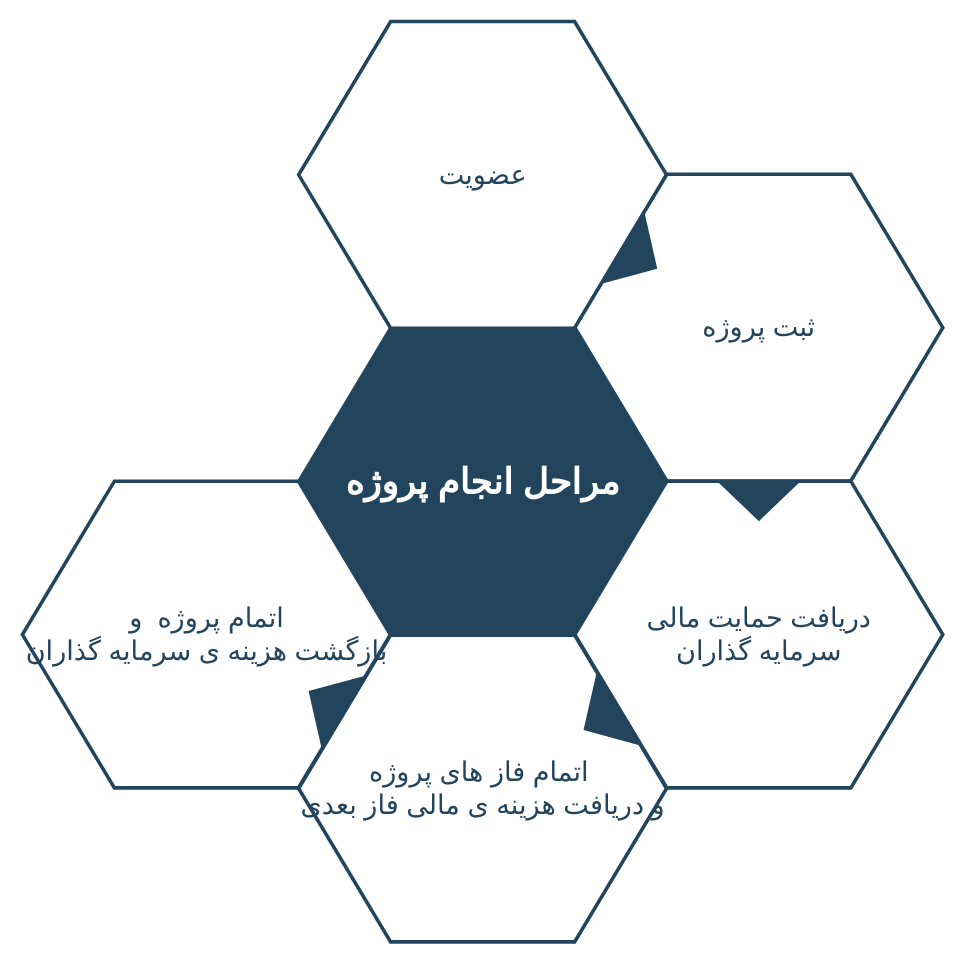
Above: Untitled Diagram.drawio in ehsan1222/hamyiar (draw.io), before the change. Source tidied: cells renumbered, new cells numbered last; positions are measured from the earlier drawing's top-left corner, leaving out a move shared by most shapes. Both pictures are drawn from the tidied source at 118%, with x=0, y=0 at pixel (21, 21).
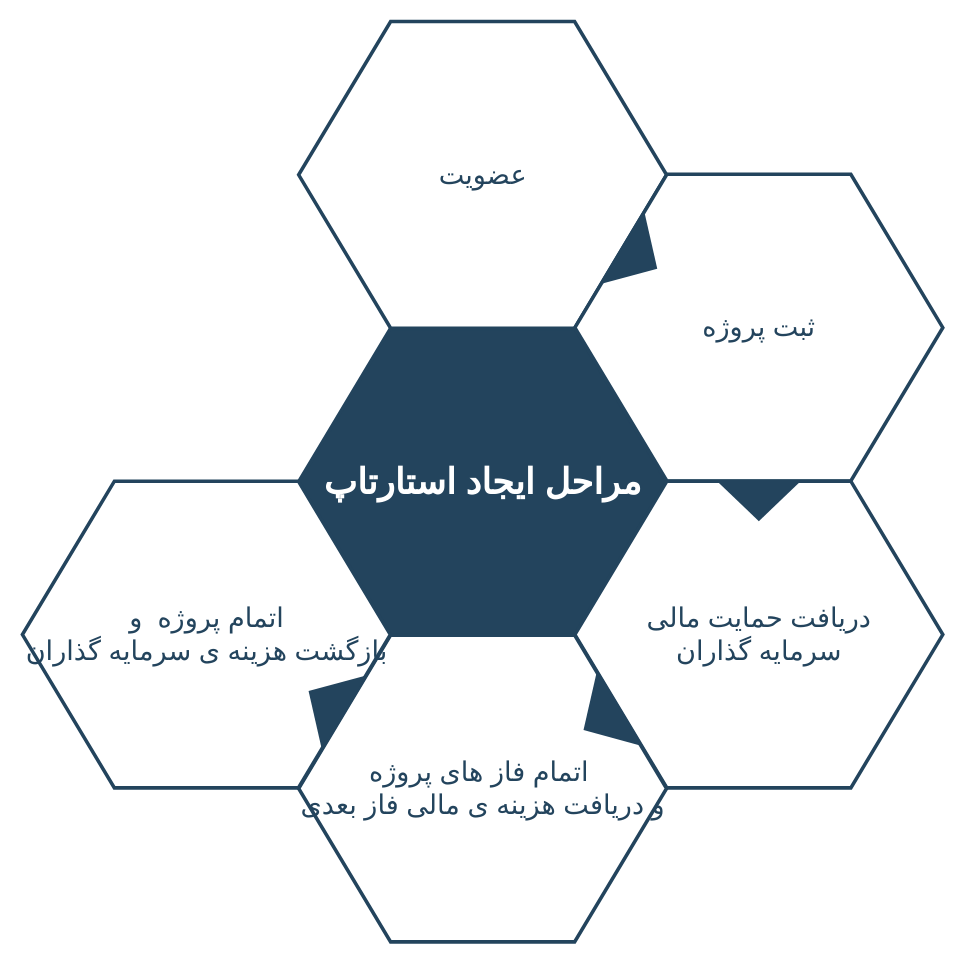
Above is the later version.

What changed in the source:
```diff
@@
 <mxGraphModel background="#ffffff">
   <root>
     <mxCell id="0" />
     <mxCell id="1" parent="0" />
-    <mxCell id="2" value="&lt;font style=&quot;font-size: 30px&quot; color=&quot;#ffffff&quot;&gt;&lt;b&gt;&lt;span&gt;مراحل انجام پروژه&lt;/span&gt;&lt;/b&gt;&lt;/font&gt;&lt;br&gt;" style="shape=hexagon;perimeter=hexagonPerimeter2;whiteSpace=wrap;html=1;shadow=0;labelBackgroundColor=none;strokeColor=#23445D;fillColor=#23445D;gradientColor=none;fontFamily=Helvetica;fontSize=23;fontColor=#23445d;align=center;strokeWidth=3;" parent="1" vertex="1">
+    <mxCell id="2" value="&lt;font color=&quot;#ffffff&quot;&gt;&lt;span style=&quot;font-size: 30px&quot;&gt;&lt;b&gt;مراحل ایجاد استارتاپ&lt;br&gt;&lt;/b&gt;&lt;/span&gt;&lt;/font&gt;" style="shape=hexagon;perimeter=hexagonPerimeter2;whiteSpace=wrap;html=1;shadow=0;labelBackgroundColor=none;strokeColor=#23445D;fillColor=#23445D;gradientColor=none;fontFamily=Helvetica;fontSize=23;fontColor=#23445d;align=center;strokeWidth=3;" parent="1" vertex="1">
       <mxGeometry x="234.6" y="259.8" width="311.8" height="259.9" as="geometry" />
     </mxCell>
     <mxCell id="3" style="triangle;whiteSpace=wrap;html=1;shadow=0;labelBackgroundColor=none;strokeColor=none;fillColor=#FFFFFF;fontFamily=Helvetica;fontSize=17;fontColor=#23445d;align=center;rotation=90;gradientColor=none;flipV=1;flipH=1;opacity=20;" parent="1" vertex="1">
       <mxGeometry x="115.5" y="277.7" width="72" height="152" as="geometry" />
     </mxCell>
     <mxCell id="4" value="&lt;font style=&quot;font-size: 23px&quot;&gt;عضویت&lt;/font&gt;" style="shape=hexagon;perimeter=hexagonPerimeter2;whiteSpace=wrap;html=1;shadow=0;labelBackgroundColor=none;strokeColor=#23445D;fillColor=#ffffff;gradientColor=none;fontFamily=Helvetica;fontSize=23;fontColor=#23445D;align=center;strokeWidth=3;" parent="1" vertex="1">
       <mxGeometry x="234.6" y="-0.3" width="311.8" height="259.9" as="geometry" />
     </mxCell>
     <mxCell id="5" value="ثبت پروژه" style="shape=hexagon;perimeter=hexagonPerimeter2;whiteSpace=wrap;html=1;shadow=0;labelBackgroundColor=none;strokeColor=#23445D;fillColor=#FFFFFF;gradientColor=none;fontFamily=Helvetica;fontSize=23;fontColor=#23445d;align=center;strokeWidth=3;" parent="1" vertex="1">
       <mxGeometry x="468.7" y="129.2" width="311.8" height="259.9" as="geometry" />
     </mxCell>
     <mxCell id="6" value="&lt;font style=&quot;font-size: 23px&quot;&gt;دریافت حمایت مالی&lt;br&gt;سرمایه گذاران&lt;br&gt;&lt;/font&gt;" style="shape=hexagon;perimeter=hexagonPerimeter2;whiteSpace=wrap;html=1;shadow=0;labelBackgroundColor=none;strokeColor=#23445D;fillColor=#FFFFFF;gradientColor=none;fontFamily=Helvetica;fontSize=23;fontColor=#23445d;align=center;strokeWidth=3;" parent="1" vertex="1">
       <mxGeometry x="468.7" y="389.3" width="311.8" height="259.9" as="geometry" />
     </mxCell>
     <mxCell id="7" value="&lt;font style=&quot;font-size: 23px&quot;&gt;اتمام فاز های پروژه&amp;nbsp;&lt;br&gt;و دریافت هزینه ی مالی فاز بعدی&lt;br&gt;&lt;/font&gt;" style="shape=hexagon;perimeter=hexagonPerimeter2;whiteSpace=wrap;html=1;shadow=0;labelBackgroundColor=none;strokeColor=#23445D;fillColor=#FFFFFF;gradientColor=none;fontFamily=Helvetica;fontSize=23;fontColor=#23445d;align=center;strokeWidth=3;" parent="1" vertex="1">
       <mxGeometry x="234.6" y="519.8" width="311.8" height="259.9" as="geometry" />
     </mxCell>
     <mxCell id="8" value="&lt;font style=&quot;font-size: 23px&quot;&gt;اتمام پروژه&amp;nbsp; و&lt;br&gt;بازگشت هزینه ی سرمایه گذاران&lt;br&gt;&lt;/font&gt;" style="shape=hexagon;perimeter=hexagonPerimeter2;whiteSpace=wrap;html=1;shadow=0;labelBackgroundColor=none;strokeColor=#23445D;fillColor=#FFFFFF;gradientColor=none;fontFamily=Helvetica;fontSize=23;fontColor=#23445d;align=center;strokeWidth=3;" parent="1" vertex="1">
       <mxGeometry x="0.5" y="389.3" width="311.8" height="259.9" as="geometry" />
     </mxCell>
     <mxCell id="9" style="triangle;whiteSpace=wrap;html=1;shadow=0;labelBackgroundColor=none;strokeColor=none;fillColor=#23445D;fontFamily=Helvetica;fontSize=17;fontColor=#23445d;align=center;rotation=31;gradientColor=none;strokeWidth=3;" parent="1" vertex="1">
       <mxGeometry x="506" y="163.7" width="35" height="73" as="geometry" />
     </mxCell>
     <mxCell id="10" style="triangle;whiteSpace=wrap;html=1;shadow=0;labelBackgroundColor=none;strokeColor=none;fillColor=#23445D;fontFamily=Helvetica;fontSize=17;fontColor=#23445d;align=center;rotation=31;gradientColor=none;flipH=1;strokeWidth=3;" parent="1" vertex="1">
       <mxGeometry x="240.5" y="539.7" width="35" height="73" as="geometry" />
     </mxCell>
     <mxCell id="11" style="triangle;whiteSpace=wrap;html=1;shadow=0;labelBackgroundColor=none;strokeColor=none;fillColor=#23445D;fontFamily=Helvetica;fontSize=17;fontColor=#23445d;align=center;rotation=329;gradientColor=none;flipH=1;strokeWidth=3;" parent="1" vertex="1">
       <mxGeometry x="473.5" y="554.7" width="35" height="73" as="geometry" />
     </mxCell>
     <mxCell id="12" style="triangle;whiteSpace=wrap;html=1;shadow=0;labelBackgroundColor=none;strokeColor=none;fillColor=#23445D;fontFamily=Helvetica;fontSize=17;fontColor=#23445d;align=center;rotation=90;gradientColor=none;strokeWidth=3;" parent="1" vertex="1">
       <mxGeometry x="607.1" y="369.2" width="35" height="73" as="geometry" />
     </mxCell>
   </root>
 </mxGraphModel>
```
